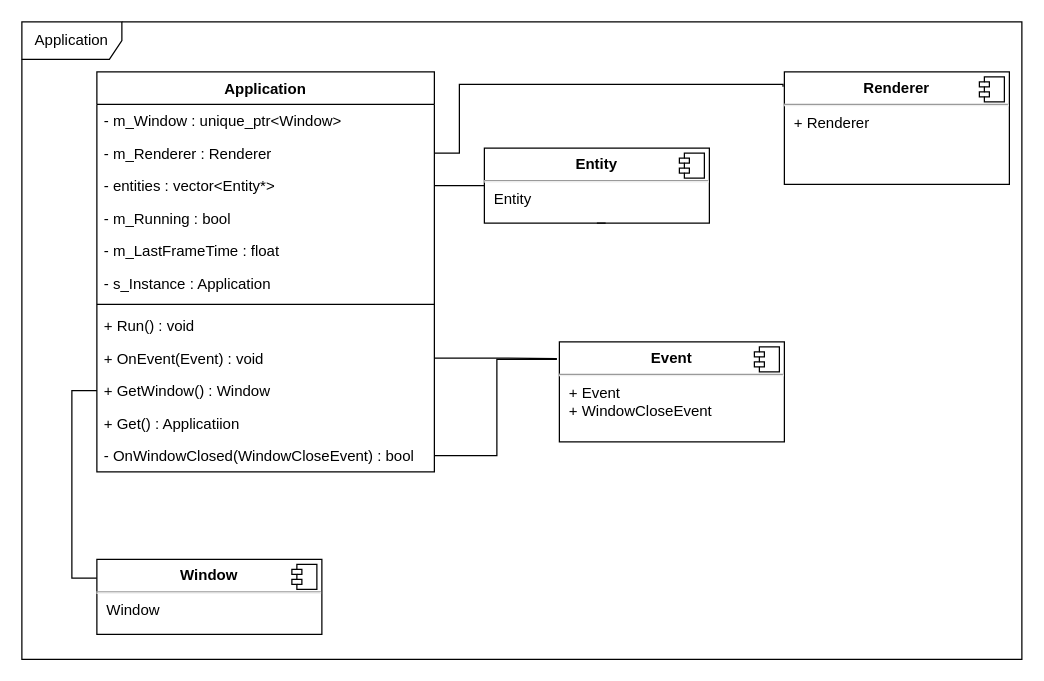
hazN/ECS_Engine keeps this draw.io diagram as page "Application" (4 of 13) of UMLDiagram.drawio. Above is the earlier version. Source tidied: cells renumbered, new cells numbered last; positions are measured from the earlier drawing's top-left corner, leaving out a move shared by most shapes. Both pictures are drawn from the tidied source at 125%, with x=0, y=0 at pixel (21, 21).
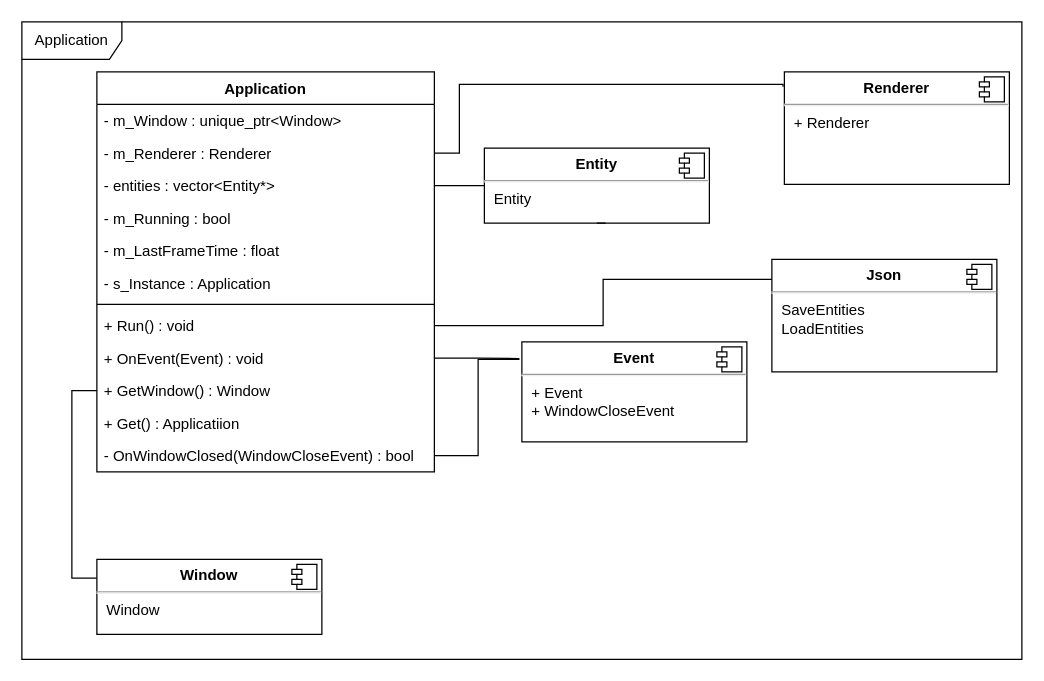
The same page after the edit.

Commit message (it also covers changes not shown here):
Update UMLDiagram. movement, OGLVertext, JSON

The change refers to these unchanged cells:
```xml
<mxCell id="11" value="+ Run() : void" style="text;strokeColor=none;fillColor=none;align=left;verticalAlign=top;spacingLeft=4;spacingRight=4;overflow=hidden;points=[[0,0.5],[1,0.5]];portConstraint=eastwest;" parent="3" vertex="1">
  <mxGeometry y="190" width="270" height="26" as="geometry" />
</mxCell>
```

What changed in the source:
```diff
@@
     <mxCell id="20" value="&lt;p style=&quot;margin:0px;margin-top:6px;text-align:center;&quot;&gt;&lt;b&gt;Event&lt;/b&gt;&lt;/p&gt;&lt;hr&gt;&lt;p style=&quot;margin:0px;margin-left:8px;&quot;&gt;+ Event&lt;br&gt;&lt;/p&gt;&lt;p style=&quot;margin:0px;margin-left:8px;&quot;&gt;+ WindowCloseEvent&lt;/p&gt;" style="align=left;overflow=fill;html=1;" parent="1" vertex="1">
-      <mxGeometry x="430" y="256" width="180" height="80" as="geometry" />
+      <mxGeometry x="400" y="256" width="180" height="80" as="geometry" />
     </mxCell>
@@
+    <mxCell id="30" value="&lt;p style=&quot;margin:0px;margin-top:6px;text-align:center;&quot;&gt;&lt;b&gt;Json&lt;/b&gt;&lt;/p&gt;&lt;hr&gt;&lt;p style=&quot;margin:0px;margin-left:8px;&quot;&gt;SaveEntities&lt;br&gt;LoadEntities&lt;/p&gt;" style="align=left;overflow=fill;html=1;" parent="1" vertex="1">
+      <mxGeometry x="600" y="190" width="180" height="90" as="geometry" />
+    </mxCell>
+    <mxCell id="31" style="shape=component;jettyWidth=8;jettyHeight=4;" parent="30" vertex="1">
+      <mxGeometry x="1" width="20" height="20" relative="1" as="geometry">
+        <mxPoint x="-24" y="4" as="offset" />
+      </mxGeometry>
+    </mxCell>
+    <mxCell id="32" style="edgeStyle=orthogonalEdgeStyle;rounded=0;jettySize=auto;html=1;exitX=1;exitY=0.5;exitDx=0;exitDy=0;entryX=0;entryY=0.178;entryDx=0;entryDy=0;entryPerimeter=0;endArrow=none;endFill=0;" parent="1" edge="1" source="11" target="30">
+      <mxGeometry relative="1" as="geometry" />
+    </mxCell>
```
